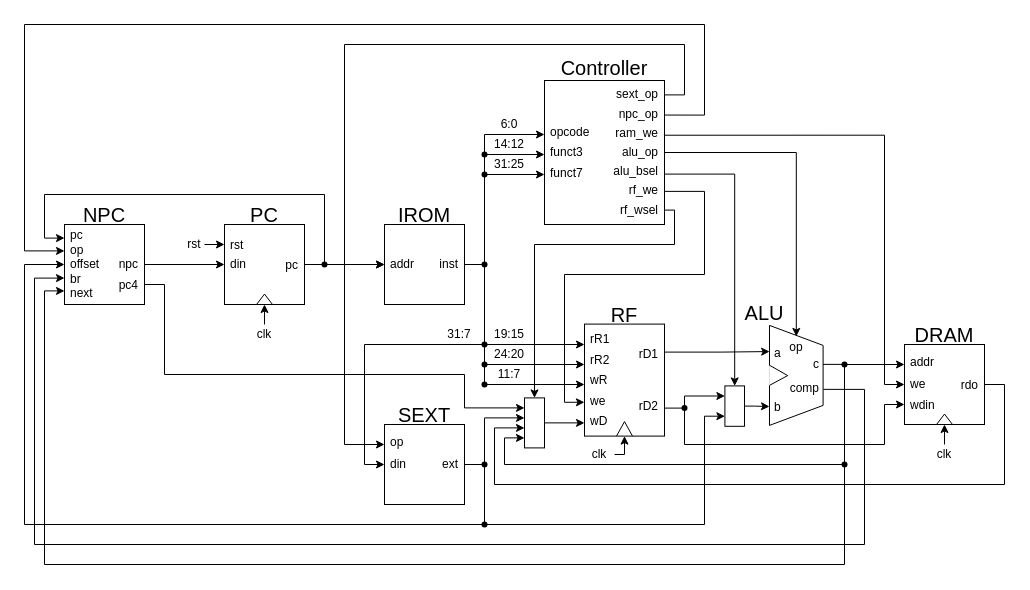
The draw.io diagram lab2-single-cycle-cpu/数据通路图.drawio in ChenRuiwei/cpu-design, before the edit. Source tidied: cells renumbered, new cells numbered last; positions are measured from the earlier drawing's top-left corner, leaving out a move shared by most shapes. Both pictures are drawn from the tidied source at 100%, with x=0, y=0 at pixel (24, 24).
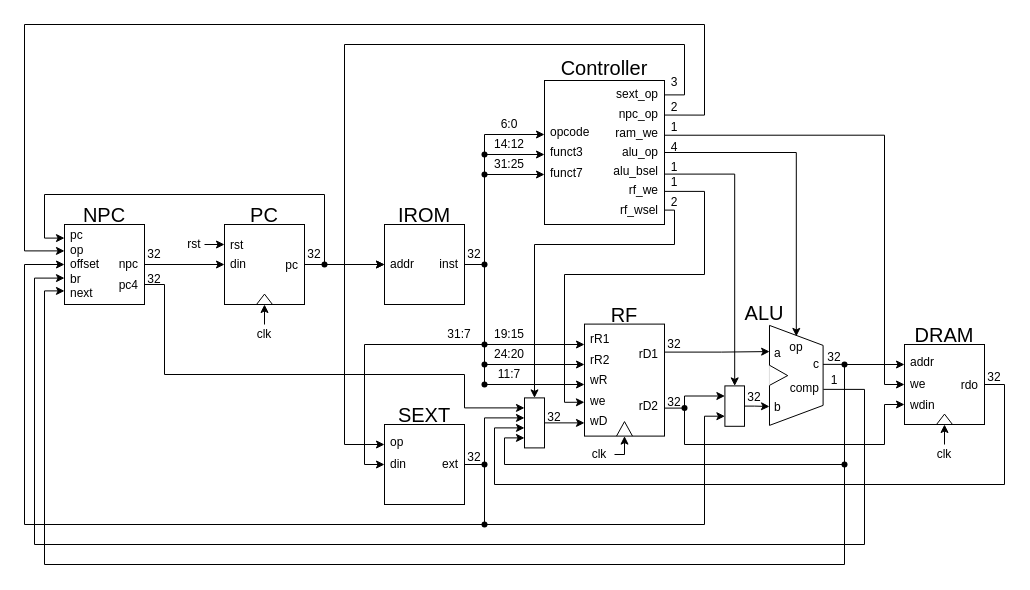
After the change.

Commit message (it also covers changes not shown here):
Lab2: add alu and sext design drawio

Unchanged cells that the change refers to:
```xml
<mxCell id="43" style="group;rotation=90;spacingLeft=4;" parent="1" vertex="1">
  <mxGeometry x="730" y="320" width="100" height="71.4" as="geometry" />
</mxCell>
```

What changed in the source:
```diff
@@
+    <mxCell id="132" value="1" style="text;html=1;strokeColor=none;fillColor=none;align=center;verticalAlign=middle;whiteSpace=wrap;rounded=0;" parent="43" vertex="1">
+      <mxGeometry x="70" y="28.2" width="20" height="15" as="geometry" />
+    </mxCell>
@@
+    <mxCell id="133" value="32" style="text;html=1;strokeColor=none;fillColor=none;align=center;verticalAlign=middle;whiteSpace=wrap;rounded=0;" parent="1" vertex="1">
+      <mxGeometry x="280" y="222.5" width="20" height="15" as="geometry" />
+    </mxCell>
+    <mxCell id="134" value="32" style="text;html=1;strokeColor=none;fillColor=none;align=center;verticalAlign=middle;whiteSpace=wrap;rounded=0;" parent="1" vertex="1">
+      <mxGeometry x="120" y="222.5" width="20" height="15" as="geometry" />
+    </mxCell>
+    <mxCell id="135" value="32" style="text;html=1;strokeColor=none;fillColor=none;align=center;verticalAlign=middle;whiteSpace=wrap;rounded=0;" parent="1" vertex="1">
+      <mxGeometry x="120" y="250" width="20" height="10" as="geometry" />
+    </mxCell>
+    <mxCell id="136" value="32" style="text;html=1;strokeColor=none;fillColor=none;align=center;verticalAlign=middle;whiteSpace=wrap;rounded=0;" parent="1" vertex="1">
+      <mxGeometry x="440" y="222.5" width="20" height="15" as="geometry" />
+    </mxCell>
+    <mxCell id="137" value="32" style="text;html=1;strokeColor=none;fillColor=none;align=center;verticalAlign=middle;whiteSpace=wrap;rounded=0;" parent="1" vertex="1">
+      <mxGeometry x="440" y="425" width="20" height="15" as="geometry" />
+    </mxCell>
+    <mxCell id="138" value="32" style="text;html=1;strokeColor=none;fillColor=none;align=center;verticalAlign=middle;whiteSpace=wrap;rounded=0;" parent="1" vertex="1">
+      <mxGeometry x="800" y="325" width="20" height="15" as="geometry" />
+    </mxCell>
+    <mxCell id="139" value="32" style="text;html=1;strokeColor=none;fillColor=none;align=center;verticalAlign=middle;whiteSpace=wrap;rounded=0;" parent="1" vertex="1">
+      <mxGeometry x="640" y="312.5" width="20" height="15" as="geometry" />
+    </mxCell>
+    <mxCell id="140" value="32" style="text;html=1;strokeColor=none;fillColor=none;align=center;verticalAlign=middle;whiteSpace=wrap;rounded=0;" parent="1" vertex="1">
+      <mxGeometry x="640" y="370" width="20" height="15" as="geometry" />
+    </mxCell>
+    <mxCell id="141" value="32" style="text;html=1;strokeColor=none;fillColor=none;align=center;verticalAlign=middle;whiteSpace=wrap;rounded=0;" parent="1" vertex="1">
+      <mxGeometry x="960" y="345" width="20" height="15" as="geometry" />
+    </mxCell>
+    <mxCell id="142" value="3" style="text;html=1;strokeColor=none;fillColor=none;align=center;verticalAlign=middle;whiteSpace=wrap;rounded=0;" parent="1" vertex="1">
+      <mxGeometry x="640" y="50" width="20" height="15" as="geometry" />
+    </mxCell>
+    <mxCell id="143" value="2" style="text;html=1;strokeColor=none;fillColor=none;align=center;verticalAlign=middle;whiteSpace=wrap;rounded=0;" parent="1" vertex="1">
+      <mxGeometry x="640" y="75" width="20" height="15" as="geometry" />
+    </mxCell>
+    <mxCell id="144" value="4" style="text;html=1;strokeColor=none;fillColor=none;align=center;verticalAlign=middle;whiteSpace=wrap;rounded=0;" parent="1" vertex="1">
+      <mxGeometry x="640" y="115" width="20" height="15" as="geometry" />
+    </mxCell>
+    <mxCell id="145" value="2" style="text;html=1;strokeColor=none;fillColor=none;align=center;verticalAlign=middle;whiteSpace=wrap;rounded=0;" parent="1" vertex="1">
+      <mxGeometry x="640" y="170" width="20" height="15" as="geometry" />
+    </mxCell>
+    <mxCell id="146" value="1" style="text;html=1;strokeColor=none;fillColor=none;align=center;verticalAlign=middle;whiteSpace=wrap;rounded=0;" parent="1" vertex="1">
+      <mxGeometry x="640" y="95" width="20" height="15" as="geometry" />
+    </mxCell>
+    <mxCell id="147" value="1" style="text;html=1;strokeColor=none;fillColor=none;align=center;verticalAlign=middle;whiteSpace=wrap;rounded=0;" parent="1" vertex="1">
+      <mxGeometry x="640" y="135" width="20" height="15" as="geometry" />
+    </mxCell>
+    <mxCell id="148" value="1" style="text;html=1;strokeColor=none;fillColor=none;align=center;verticalAlign=middle;whiteSpace=wrap;rounded=0;" parent="1" vertex="1">
+      <mxGeometry x="640" y="150" width="20" height="15" as="geometry" />
+    </mxCell>
+    <mxCell id="149" value="32" style="text;html=1;strokeColor=none;fillColor=none;align=center;verticalAlign=middle;whiteSpace=wrap;rounded=0;" parent="1" vertex="1">
+      <mxGeometry x="520" y="385" width="20" height="15" as="geometry" />
+    </mxCell>
+    <mxCell id="150" value="32" style="text;html=1;strokeColor=none;fillColor=none;align=center;verticalAlign=middle;whiteSpace=wrap;rounded=0;" parent="1" vertex="1">
+      <mxGeometry x="720" y="365" width="20" height="15" as="geometry" />
+    </mxCell>
```
